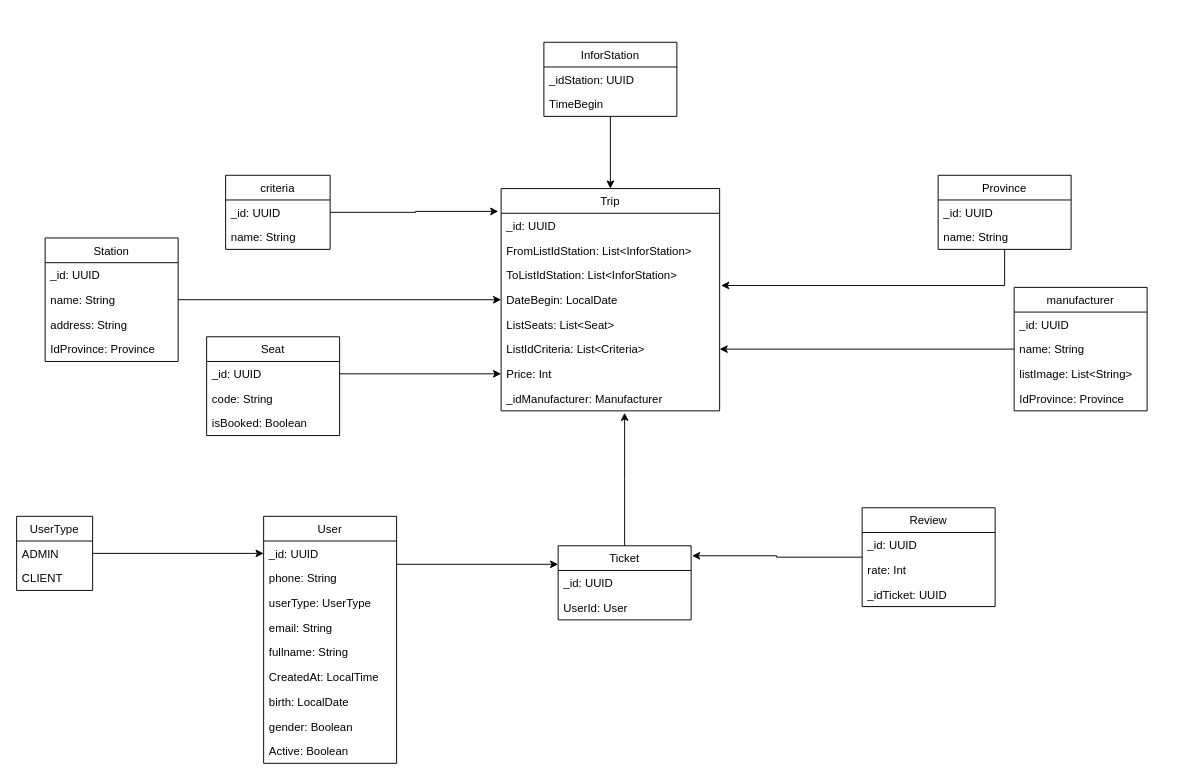
Earlier version of the draw.io diagram Untitled Diagram.drawio (quannguyen1999/manage-disks). Source tidied: cells renumbered, new cells numbered last; positions are measured from the earlier drawing's top-left corner, leaving out a move shared by most shapes. Both pictures are drawn from the tidied source at 95%, with x=0, y=0 at pixel (16, 42).
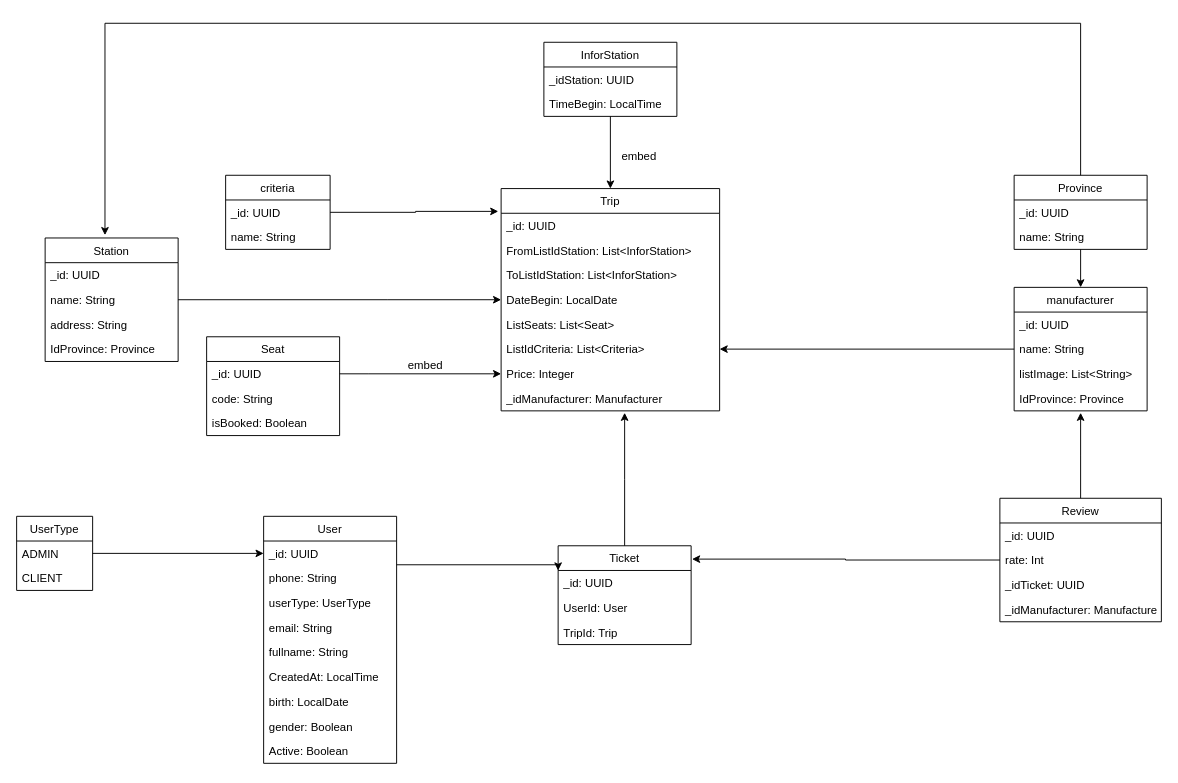
After the change.

Unchanged cells that the change refers to:
```xml
<mxCell id="4" value="Trip" style="swimlane;fontStyle=0;horizontal=1;startSize=26;fillColor=none;" parent="1" vertex="1">
  <mxGeometry x="510" y="154" width="230" height="234" as="geometry" />
</mxCell>
<mxCell id="8" value="DateBegin: LocalDate" style="text;strokeColor=none;fillColor=none;align=left;verticalAlign=top;spacingLeft=4;spacingRight=4;overflow=hidden;points=[[0,0.5],[1,0.5]];portConstraint=eastwest;" parent="4" vertex="1">
  <mxGeometry y="104" width="230" height="26" as="geometry" />
</mxCell>
<mxCell id="27" value="Station" style="swimlane;fontStyle=0;horizontal=1;startSize=26;fillColor=none;" parent="1" vertex="1">
  <mxGeometry x="30" y="206" width="140" height="130" as="geometry" />
</mxCell>
<mxCell id="32" value="InforStation" style="swimlane;fontStyle=0;horizontal=1;startSize=26;fillColor=none;" parent="1" vertex="1">
  <mxGeometry x="555" width="140" height="78" as="geometry" />
</mxCell>
<mxCell id="38" value="manufacturer" style="swimlane;fontStyle=0;horizontal=1;startSize=26;fillColor=none;" parent="1" vertex="1">
  <mxGeometry x="1050" y="258" width="140" height="130" as="geometry" />
</mxCell>
<mxCell id="51" value="User" style="swimlane;fontStyle=0;horizontal=1;startSize=26;fillColor=none;" parent="1" vertex="1">
  <mxGeometry x="260" y="499" width="140" height="260" as="geometry" />
</mxCell>
```

Change to the diagram source:
```diff
@@
     <mxCell id="3" style="edgeStyle=orthogonalEdgeStyle;rounded=0;jettySize=auto;html=1;entryX=0;entryY=0.25;entryDx=0;entryDy=0;" parent="1" edge="1" source="51" target="44">
       <mxGeometry relative="1" as="geometry">
         <Array as="points">
-          <mxPoint x="450" y="550" />
+          <mxPoint x="570" y="550" />
         </Array>
       </mxGeometry>
     </mxCell>
@@
-    <mxCell id="11" value="Price: Int" style="text;strokeColor=none;fillColor=none;align=left;verticalAlign=top;spacingLeft=4;spacingRight=4;overflow=hidden;points=[[0,0.5],[1,0.5]];portConstraint=eastwest;" parent="4" vertex="1">
+    <mxCell id="11" value="Price: Integer" style="text;strokeColor=none;fillColor=none;align=left;verticalAlign=top;spacingLeft=4;spacingRight=4;overflow=hidden;points=[[0,0.5],[1,0.5]];portConstraint=eastwest;" parent="4" vertex="1">
       <mxGeometry y="182" width="230" height="26" as="geometry" />
     </mxCell>
@@
-    <mxCell id="15" style="edgeStyle=orthogonalEdgeStyle;rounded=0;jettySize=auto;html=1;entryX=1.007;entryY=-0.077;entryDx=0;entryDy=0;entryPerimeter=0;" parent="1" edge="1" source="35" target="8">
-      <mxGeometry relative="1" as="geometry">
-        <Array as="points">
-          <mxPoint x="1040" y="256" />
-        </Array>
-      </mxGeometry>
-    </mxCell>
@@
-    <mxCell id="34" value="TimeBegin" style="text;strokeColor=none;fillColor=none;align=left;verticalAlign=top;spacingLeft=4;spacingRight=4;overflow=hidden;" parent="32" vertex="1">
+    <mxCell id="34" value="TimeBegin: LocalTime" style="text;strokeColor=none;fillColor=none;align=left;verticalAlign=top;spacingLeft=4;spacingRight=4;overflow=hidden;" parent="32" vertex="1">
       <mxGeometry y="52" width="140" height="26" as="geometry" />
     </mxCell>
-    <mxCell id="35" value="Province" style="swimlane;fontStyle=0;horizontal=1;startSize=26;fillColor=none;" parent="1" vertex="1">
-      <mxGeometry x="970" y="140" width="140" height="78" as="geometry" />
-    </mxCell>
-    <mxCell id="36" value="_id: UUID" style="text;strokeColor=none;fillColor=none;align=left;verticalAlign=top;spacingLeft=4;spacingRight=4;overflow=hidden;" parent="35" vertex="1">
-      <mxGeometry y="26" width="140" height="26" as="geometry" />
-    </mxCell>
-    <mxCell id="37" value="name: String" style="text;strokeColor=none;fillColor=none;align=left;verticalAlign=top;spacingLeft=4;spacingRight=4;overflow=hidden;" parent="35" vertex="1">
-      <mxGeometry y="52" width="140" height="26" as="geometry" />
-    </mxCell>
@@
     <mxCell id="44" value="Ticket" style="swimlane;fontStyle=0;horizontal=1;startSize=26;fillColor=none;" parent="1" vertex="1">
-      <mxGeometry x="570" y="530" width="140" height="78" as="geometry" />
+      <mxGeometry x="570" y="530" width="140" height="104" as="geometry" />
     </mxCell>
@@
-    <mxCell id="47" value="Review" style="swimlane;fontStyle=0;horizontal=1;startSize=26;fillColor=none;" parent="1" vertex="1">
-      <mxGeometry x="890" y="490" width="140" height="104" as="geometry" />
-    </mxCell>
-    <mxCell id="48" value="_id: UUID" style="text;strokeColor=none;fillColor=none;align=left;verticalAlign=top;spacingLeft=4;spacingRight=4;overflow=hidden;" parent="47" vertex="1">
-      <mxGeometry y="26" width="140" height="26" as="geometry" />
-    </mxCell>
-    <mxCell id="49" value="rate: Int" style="text;strokeColor=none;fillColor=none;align=left;verticalAlign=top;spacingLeft=4;spacingRight=4;overflow=hidden;" parent="47" vertex="1">
-      <mxGeometry y="52" width="140" height="26" as="geometry" />
-    </mxCell>
-    <mxCell id="50" value="_idTicket: UUID" style="text;strokeColor=none;fillColor=none;align=left;verticalAlign=top;spacingLeft=4;spacingRight=4;overflow=hidden;" parent="47" vertex="1">
-      <mxGeometry y="78" width="140" height="26" as="geometry" />
-    </mxCell>
+    <mxCell id="64" value="TripId: Trip" style="text;strokeColor=none;fillColor=none;align=left;verticalAlign=top;spacingLeft=4;spacingRight=4;overflow=hidden;" parent="44" vertex="1">
+      <mxGeometry y="78" width="140" height="26" as="geometry" />
+    </mxCell>
@@
+    <mxCell id="65" style="edgeStyle=orthogonalEdgeStyle;rounded=0;jettySize=auto;html=1;entryX=0.45;entryY=-0.023;entryDx=0;entryDy=0;entryPerimeter=0;" parent="1" edge="1" source="35" target="27">
+      <mxGeometry relative="1" as="geometry">
+        <Array as="points">
+          <mxPoint x="1120" y="-20" />
+          <mxPoint x="93" y="-20" />
+        </Array>
+      </mxGeometry>
+    </mxCell>
+    <mxCell id="66" style="edgeStyle=orthogonalEdgeStyle;rounded=0;jettySize=auto;html=1;" parent="1" edge="1" source="35" target="38">
+      <mxGeometry relative="1" as="geometry" />
+    </mxCell>
+    <mxCell id="35" value="Province" style="swimlane;fontStyle=0;horizontal=1;startSize=26;fillColor=none;" parent="1" vertex="1">
+      <mxGeometry x="1050" y="140" width="140" height="78" as="geometry" />
+    </mxCell>
+    <mxCell id="36" value="_id: UUID" style="text;strokeColor=none;fillColor=none;align=left;verticalAlign=top;spacingLeft=4;spacingRight=4;overflow=hidden;" parent="35" vertex="1">
+      <mxGeometry y="26" width="140" height="26" as="geometry" />
+    </mxCell>
+    <mxCell id="37" value="name: String" style="text;strokeColor=none;fillColor=none;align=left;verticalAlign=top;spacingLeft=4;spacingRight=4;overflow=hidden;" parent="35" vertex="1">
+      <mxGeometry y="52" width="140" height="26" as="geometry" />
+    </mxCell>
+    <mxCell id="67" value="embed" style="text;html=1;align=center;verticalAlign=middle;" parent="1" vertex="1">
+      <mxGeometry x="630" y="110" width="50" height="20" as="geometry" />
+    </mxCell>
+    <mxCell id="68" value="embed" style="text;html=1;align=center;verticalAlign=middle;" parent="1" vertex="1">
+      <mxGeometry x="405" y="330" width="50" height="20" as="geometry" />
+    </mxCell>
+    <mxCell id="69" style="edgeStyle=orthogonalEdgeStyle;rounded=0;jettySize=auto;html=1;" parent="1" edge="1" source="47">
+      <mxGeometry relative="1" as="geometry">
+        <mxPoint x="1120" y="390" as="targetPoint" />
+      </mxGeometry>
+    </mxCell>
+    <mxCell id="47" value="Review" style="swimlane;fontStyle=0;horizontal=1;startSize=26;fillColor=none;" parent="1" vertex="1">
+      <mxGeometry x="1035" y="480" width="170" height="130" as="geometry" />
+    </mxCell>
+    <mxCell id="48" value="_id: UUID" style="text;strokeColor=none;fillColor=none;align=left;verticalAlign=top;spacingLeft=4;spacingRight=4;overflow=hidden;" parent="47" vertex="1">
+      <mxGeometry y="26" width="170" height="26" as="geometry" />
+    </mxCell>
+    <mxCell id="49" value="rate: Int" style="text;strokeColor=none;fillColor=none;align=left;verticalAlign=top;spacingLeft=4;spacingRight=4;overflow=hidden;" parent="47" vertex="1">
+      <mxGeometry y="52" width="170" height="26" as="geometry" />
+    </mxCell>
+    <mxCell id="50" value="_idTicket: UUID" style="text;strokeColor=none;fillColor=none;align=left;verticalAlign=top;spacingLeft=4;spacingRight=4;overflow=hidden;" parent="47" vertex="1">
+      <mxGeometry y="78" width="170" height="26" as="geometry" />
+    </mxCell>
+    <mxCell id="70" value="_idManufacturer: Manufacturer" style="text;strokeColor=none;fillColor=none;align=left;verticalAlign=top;spacingLeft=4;spacingRight=4;overflow=hidden;" parent="47" vertex="1">
+      <mxGeometry y="104" width="170" height="26" as="geometry" />
+    </mxCell>
```
